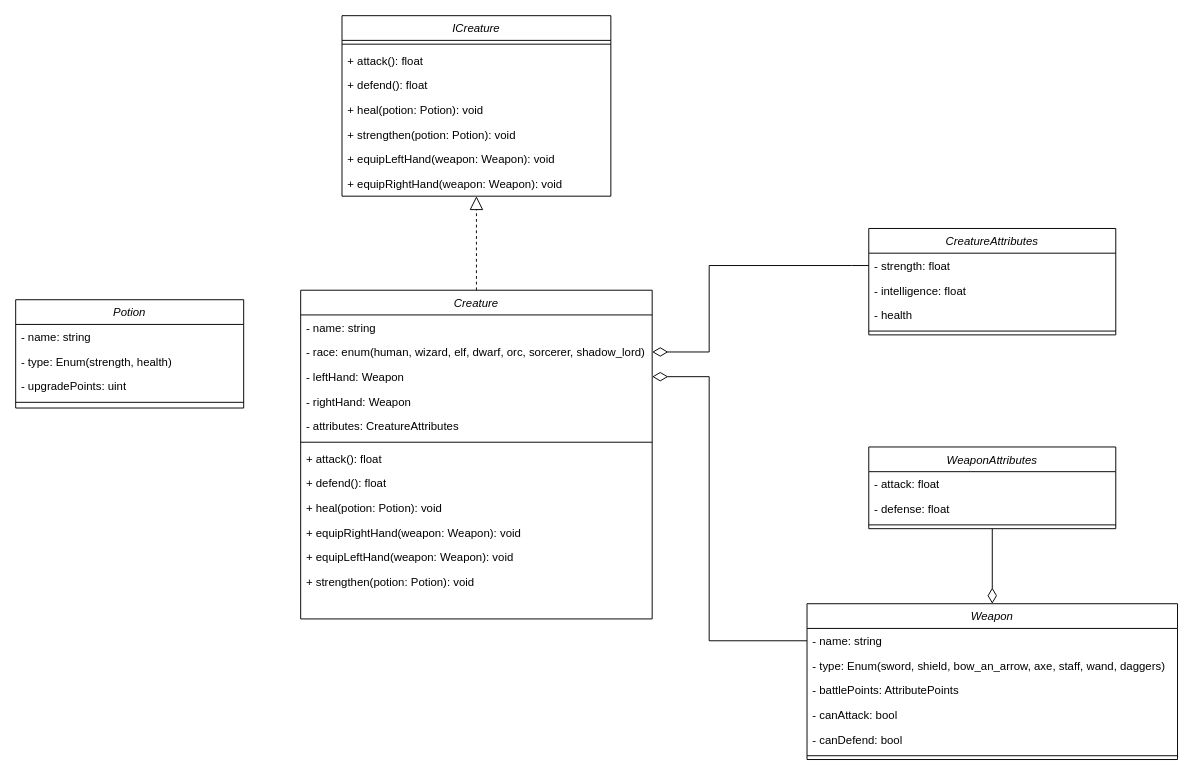
The draw.io diagram docs/classes-diagram.drawio in spanishGab/unind-game, before the edit. Source tidied: cells renumbered, new cells numbered last; positions are measured from the earlier drawing's top-left corner, leaving out a move shared by most shapes. Both pictures are drawn from the tidied source at 95%, with x=0, y=0 at pixel (15, 15).
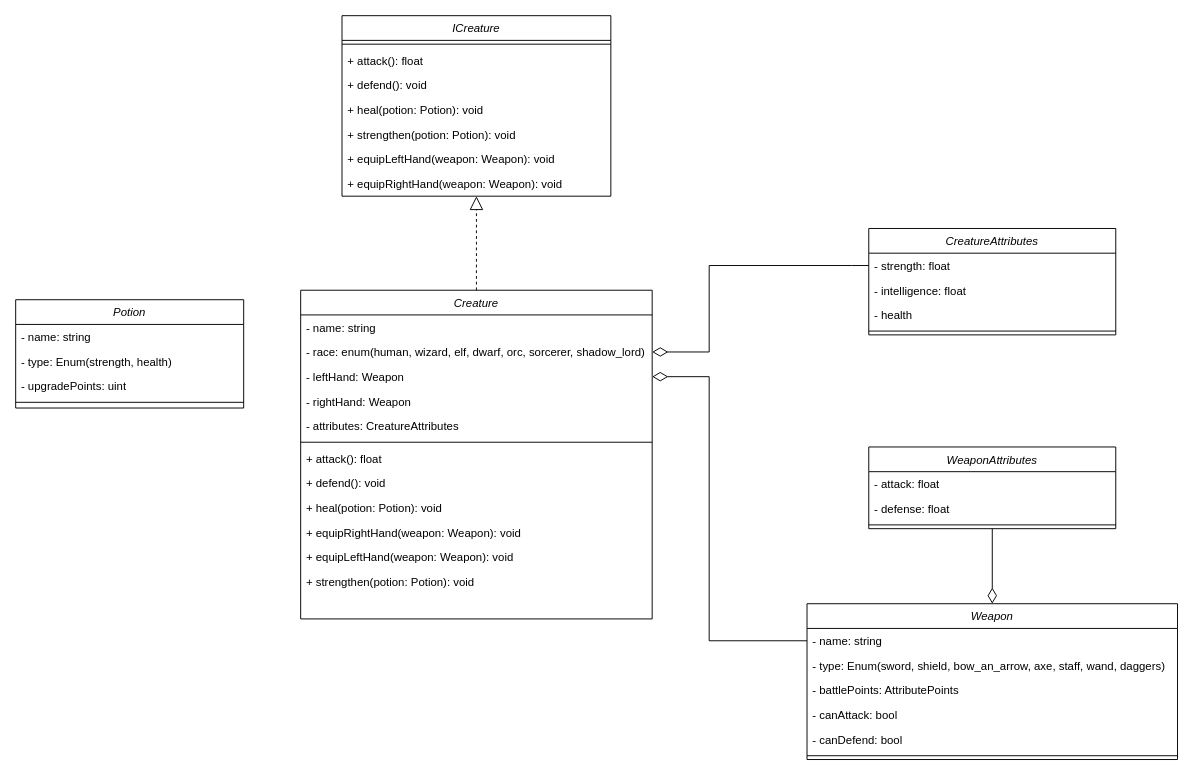
The same diagram, later.

The change refers to these unchanged cells:
```xml
<mxCell id="19" value="Creature" style="swimlane;fontStyle=2;align=center;verticalAlign=top;horizontal=1;startSize=26;rounded=0;shadow=0;strokeWidth=1;" parent="1" vertex="1">
  <mxGeometry x="300" y="289" width="370" height="346" as="geometry" />
</mxCell>
<mxCell id="34" value="ICreature" style="swimlane;fontStyle=2;align=center;verticalAlign=top;horizontal=1;startSize=26;rounded=0;shadow=0;strokeWidth=1;" parent="1" vertex="1">
  <mxGeometry x="343.5" width="283" height="190" as="geometry" />
</mxCell>
```

The edit, as a diff of the source:
```diff
@@
-    <mxCell id="27" value="+ defend(): float" style="text;align=left;verticalAlign=top;spacingLeft=4;spacingRight=4;overflow=hidden;" parent="19" vertex="1">
+    <mxCell id="27" value="+ defend(): void" style="text;align=left;verticalAlign=top;spacingLeft=4;spacingRight=4;overflow=hidden;" parent="19" vertex="1">
       <mxGeometry y="190" width="370" height="26" as="geometry" />
     </mxCell>
@@
-    <mxCell id="37" value="+ defend(): float" style="text;align=left;verticalAlign=top;spacingLeft=4;spacingRight=4;overflow=hidden;" parent="34" vertex="1">
+    <mxCell id="37" value="+ defend(): void" style="text;align=left;verticalAlign=top;spacingLeft=4;spacingRight=4;overflow=hidden;" parent="34" vertex="1">
       <mxGeometry y="60" width="283" height="26" as="geometry" />
     </mxCell>
```
